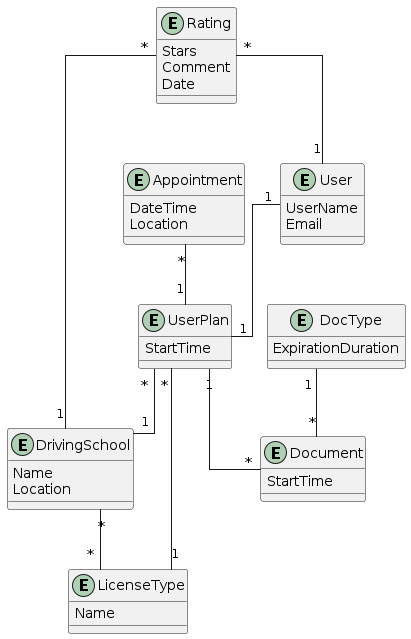
2526-wmc-3bhif-classroom-org/sommerprojekt-wmc-summer-project-brunner-mostbauer-maric keeps this PlantUML diagram as images/db.png. Above is the earlier version.
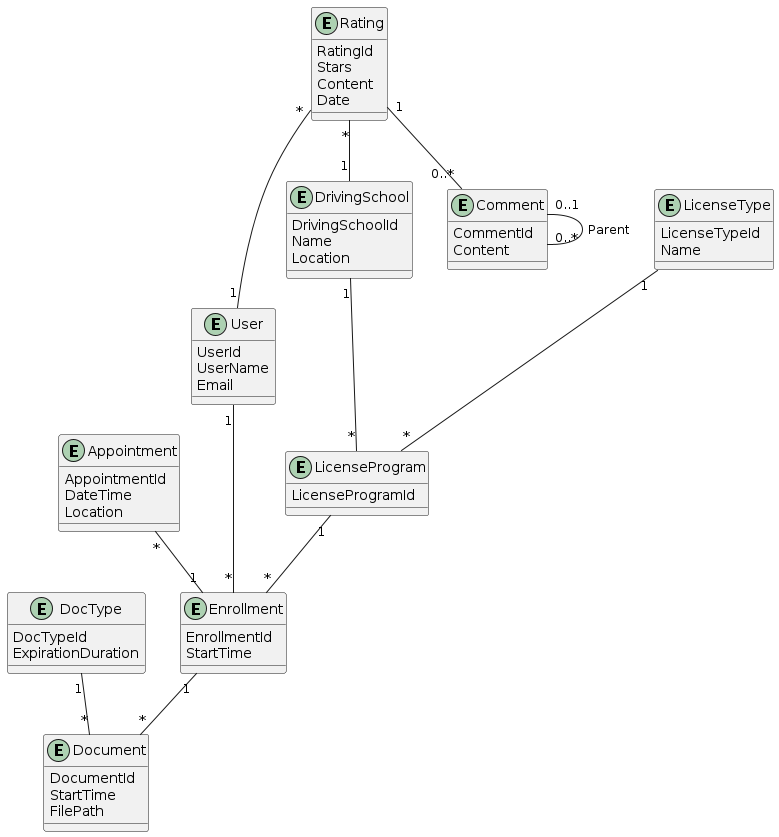
Above is the later version.

What changed in the source:
```diff
@@ -1,51 +1,70 @@
 @startuml
-skinparam linetype ortho
-
 entity User{
-UserName
-Email
+  UserId
+  UserName
+  Email
 }
 
 entity DrivingSchool{
-Name
-Location
+  DrivingSchoolId
+  Name
+  Location
 }
 
 entity Document{
-StartTime
+  DocumentId
+  StartTime
+  FilePath
 }
 
 entity DocType{
-ExpirationDuration
+  DocTypeId
+  ExpirationDuration
 }
 
 entity Appointment{
-DateTime
-Location
+  AppointmentId
+  DateTime
+  Location
 }
 
 entity LicenseType{
-Name
+  LicenseTypeId
+  Name
 }
 
-entity UserPlan{
-StartTime
+entity Enrollment{
+  EnrollmentId
+  StartTime
 }
 
 entity Rating{
+    RatingId
     Stars
-    Comment
+    Content
     Date
 }
 
-UserPlan "*" -- "1" DrivingSchool
-UserPlan "1" -- "*" Document
+entity Comment{
+  CommentId
+  Content
+}
+
+entity LicenseProgram {
+  LicenseProgramId
+}
+
+
+Rating "1" -- "0..*" Comment
+Comment "0..1" -- "0..*" Comment : Parent
+
+Enrollment "1" -- "*" Document
 DocType "1" -- "*" Document
-Appointment "*" -- "1" UserPlan
-DrivingSchool "*" -- "*" LicenseType
-User "1" -- "1" UserPlan
-LicenseType "1" -- "*" UserPlan
-
+Appointment "*" -- "1" Enrollment
+DrivingSchool "1" -- "*" LicenseProgram
+User "1" -- "*" Enrollment
+LicenseProgram "1" -- "*" Enrollment
+LicenseType "1" -- "*" LicenseProgram
 Rating "*" -- "1" User
 Rating "*" -- "1" DrivingSchool
 
```
